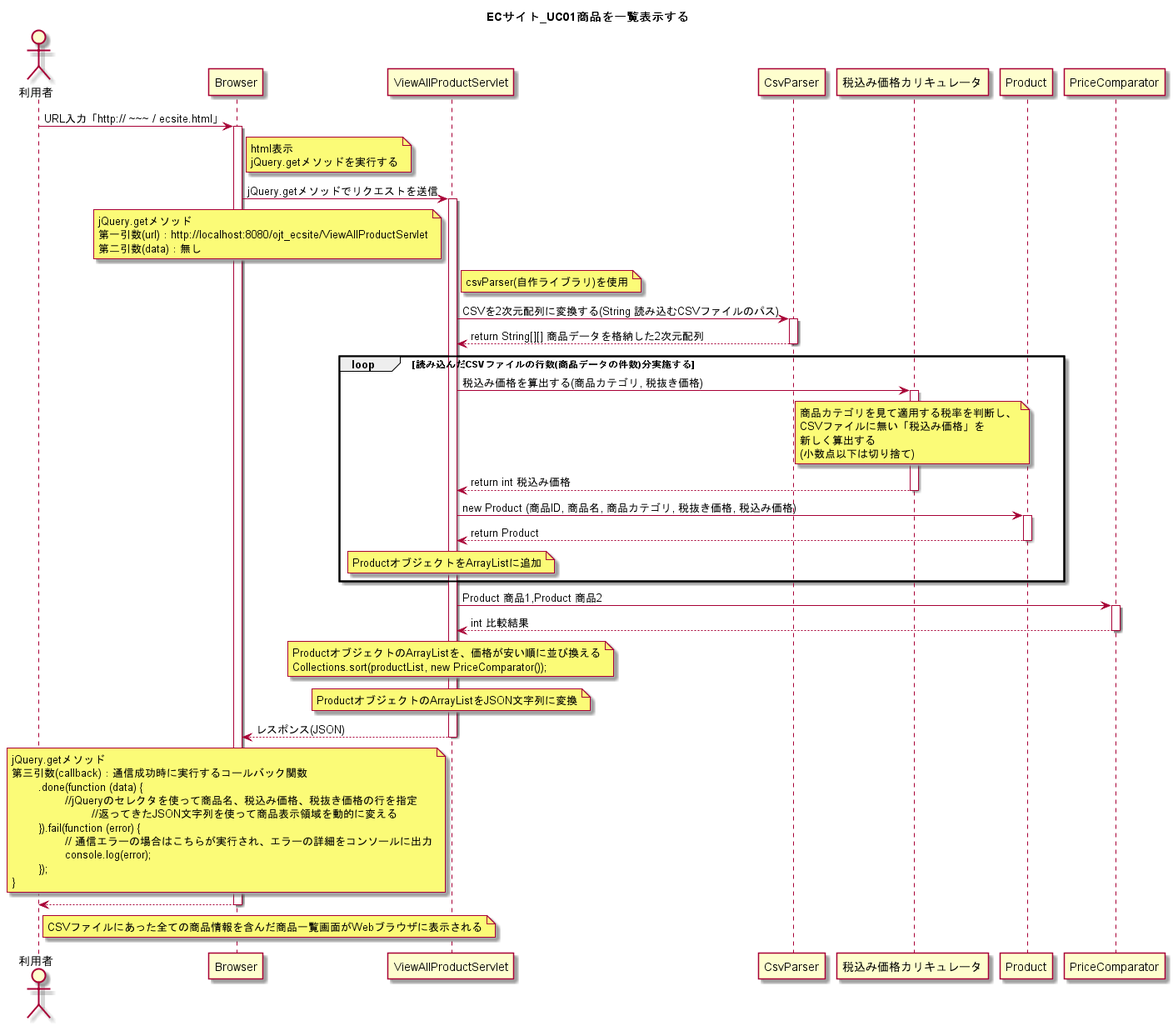
wnakayama/ojt_ecsite keeps this PlantUML diagram as UML/ECサイト_UC01商品を一覧表示する.png. Above is the earlier version.
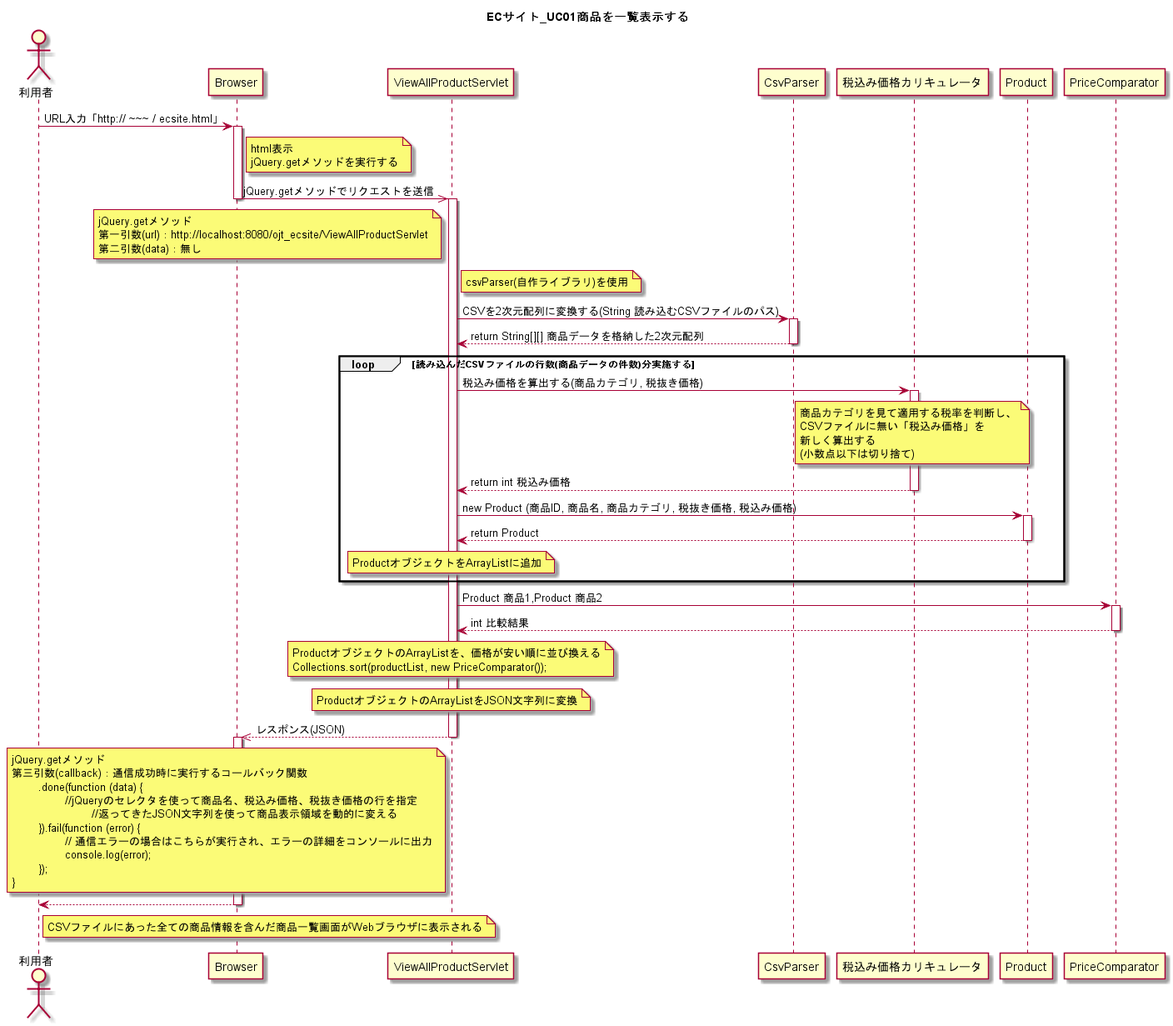
Later version of the same file.

Commit message:
[シーケンス図]非同期通信部分の矢印,ライフライン表記を修正

Change to the diagram source:
```diff
@@ -10,7 +10,8 @@
 	jQuery.getメソッドを実行する
 	end note
 
-Browser -> ViewAllProductServlet : jQuery.getメソッドでリクエストを送信
+Browser ->> ViewAllProductServlet : jQuery.getメソッドでリクエストを送信
+deactivate Browser
 activate ViewAllProductServlet
 
 	note left of ViewAllProductServlet
@@ -67,7 +68,10 @@
 	note over ViewAllProductServlet
 	ProductオブジェクトのArrayListをJSON文字列に変換
 	end note
-	Browser <-- ViewAllProductServlet : レスポンス(JSON)
+
+Browser <<-- ViewAllProductServlet : レスポンス(JSON)
+deactivate ViewAllProductServlet
+activate Browser
 
 	note left of ViewAllProductServlet
 	jQuery.getメソッド
@@ -82,7 +86,6 @@
 	}
 	end note
 
-deactivate ViewAllProductServlet
 
 利用者 <-- Browser
 	note right of 利用者
```
